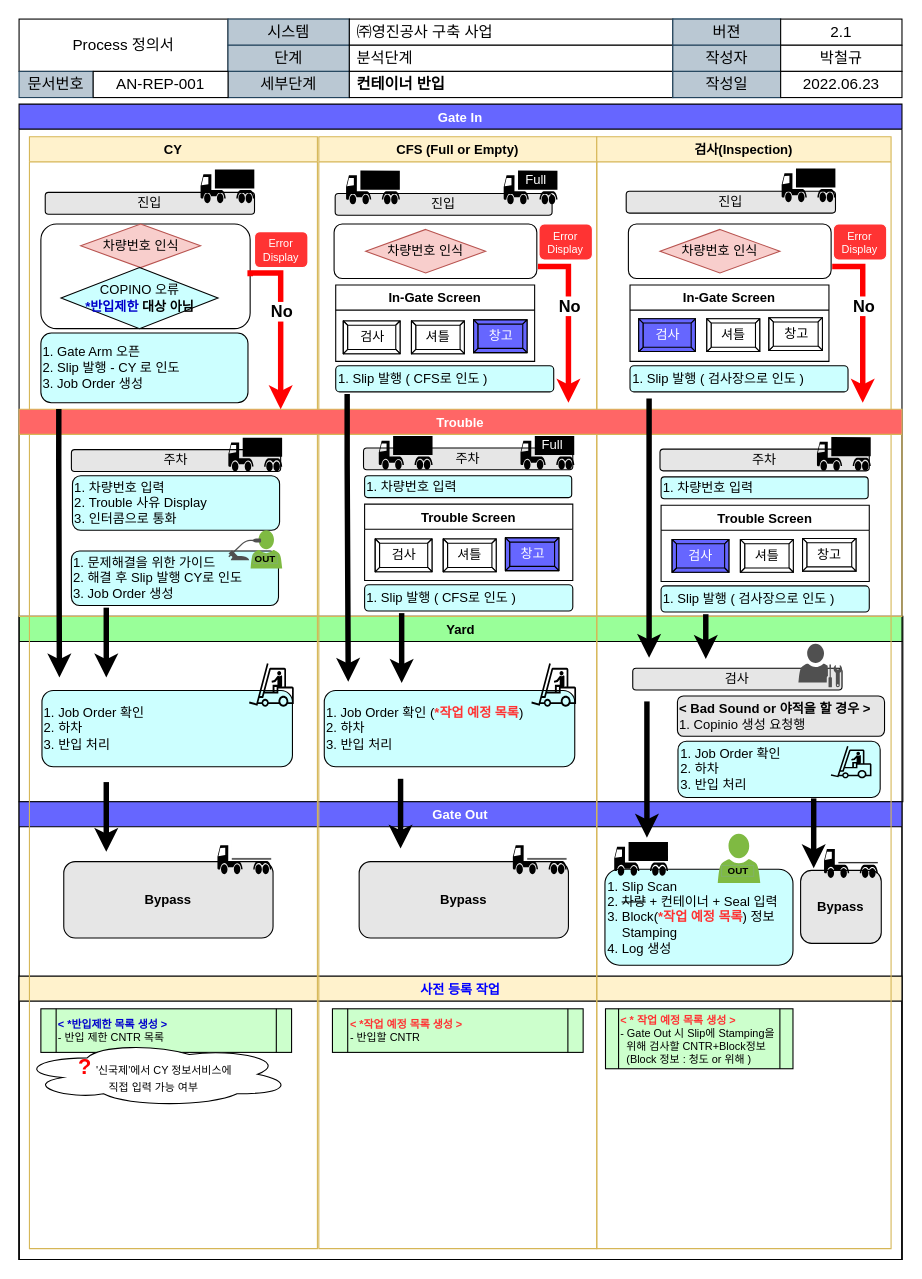
Earlier version of the draw.io diagram page "Gate(반입)" (1 of 5) of 산출물/프로세스 명세서.drawio (yabadadu/-). Source tidied: cells renumbered, new cells numbered last; positions are measured from the earlier drawing's top-left corner, leaving out a move shared by most shapes. Both pictures are drawn from the tidied source at 109%, with x=0, y=0 at pixel (19, 19).
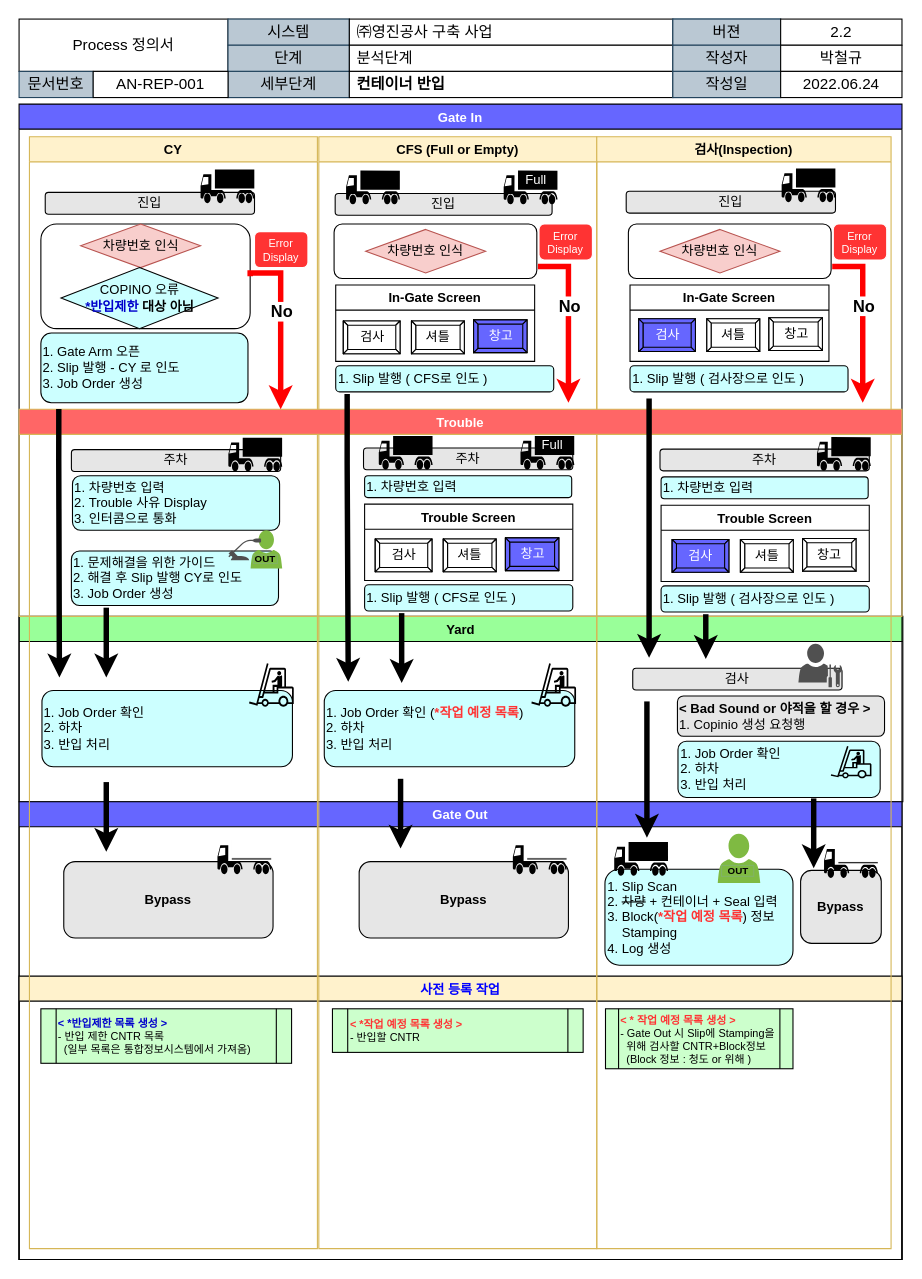
The same page after the edit.

Unchanged cells that the change refers to:
```xml
<mxCell id="22" value="CY" style="swimlane;fillColor=#fff2cc;strokeColor=#d6b656;" parent="9" vertex="1">
  <mxGeometry x="9.5" y="30" width="264.2" height="1020" as="geometry" />
</mxCell>
<mxCell id="125" style="group;" parent="111" vertex="1">
  <mxGeometry x="698.7" width="111.3" height="72" as="geometry" />
</mxCell>
```

Diff of the diagram source:
```diff
@@
-    <mxCell id="31" value="&lt;font color=&quot;#0000cc&quot;&gt;&lt;b&gt;&amp;lt; *반입제한 목록 생성&lt;/b&gt;&lt;b&gt;&amp;nbsp;&amp;gt;&lt;/b&gt;&lt;/font&gt;&lt;br&gt;- 반입 제한 CNTR 목록" style="shape=process;whiteSpace=wrap;html=1;backgroundOutline=1;fontSize=10;fontColor=#000000;fillColor=#CCFFCC;size=0.06289308176100629;align=left;" parent="22" vertex="1">
-      <mxGeometry x="10.5" y="800" width="230" height="40" as="geometry" />
+    <mxCell id="31" value="&lt;font color=&quot;#0000cc&quot;&gt;&lt;b&gt;&amp;lt; *반입제한 목록 생성&lt;/b&gt;&lt;b&gt;&amp;nbsp;&amp;gt;&lt;/b&gt;&lt;/font&gt;&lt;br&gt;- 반입 제한 CNTR 목록&lt;br&gt;&amp;nbsp; (일부 목록은 통합정보시스템에서 가져옴)" style="shape=process;whiteSpace=wrap;html=1;backgroundOutline=1;fontSize=10;fontColor=#000000;fillColor=#CCFFCC;size=0.06289308176100629;align=left;" parent="22" vertex="1">
+      <mxGeometry x="10.5" y="800" width="230" height="50" as="geometry" />
     </mxCell>
-    <mxCell id="32" value="&lt;span style=&quot;text-align: left;&quot;&gt;&lt;font color=&quot;#ff0000&quot; style=&quot;&quot;&gt;&lt;b style=&quot;&quot;&gt;&lt;font style=&quot;font-size: 20px;&quot;&gt;?&lt;/font&gt;&lt;span style=&quot;font-size: 15px;&quot;&gt;&amp;nbsp;&lt;/span&gt;&lt;/b&gt;&lt;/font&gt;&lt;/span&gt;&lt;span style=&quot;color: rgb(0, 0, 0); font-size: 10px; text-align: left;&quot;&gt;'신국제'에서 CY 정보서비스에 &lt;br&gt;직접 입력 가능&lt;/span&gt;&lt;span style=&quot;color: rgb(0, 0, 0); font-size: 10px; text-align: left;&quot;&gt;&amp;nbsp;여부&amp;nbsp;&lt;/span&gt;" style="ellipse;shape=cloud;whiteSpace=wrap;html=1;fontColor=#0000CC;" parent="22" vertex="1">
-      <mxGeometry x="-9.5" y="830" width="250" height="60" as="geometry" />
-    </mxCell>
@@
-    <mxCell id="126" value="2.1" style="rounded=0;whiteSpace=wrap;html=1;fontSize=14;" parent="125" vertex="1">
+    <mxCell id="126" value="2.2" style="rounded=0;whiteSpace=wrap;html=1;fontSize=14;" parent="125" vertex="1">
       <mxGeometry width="111.3" height="24" as="geometry" />
     </mxCell>
@@
-    <mxCell id="129" value="2022.06.23" style="rounded=0;whiteSpace=wrap;html=1;fontSize=14;" parent="125" vertex="1">
+    <mxCell id="129" value="2022.06.24" style="rounded=0;whiteSpace=wrap;html=1;fontSize=14;" parent="125" vertex="1">
       <mxGeometry y="48" width="111.3" height="24" as="geometry" />
     </mxCell>
```
